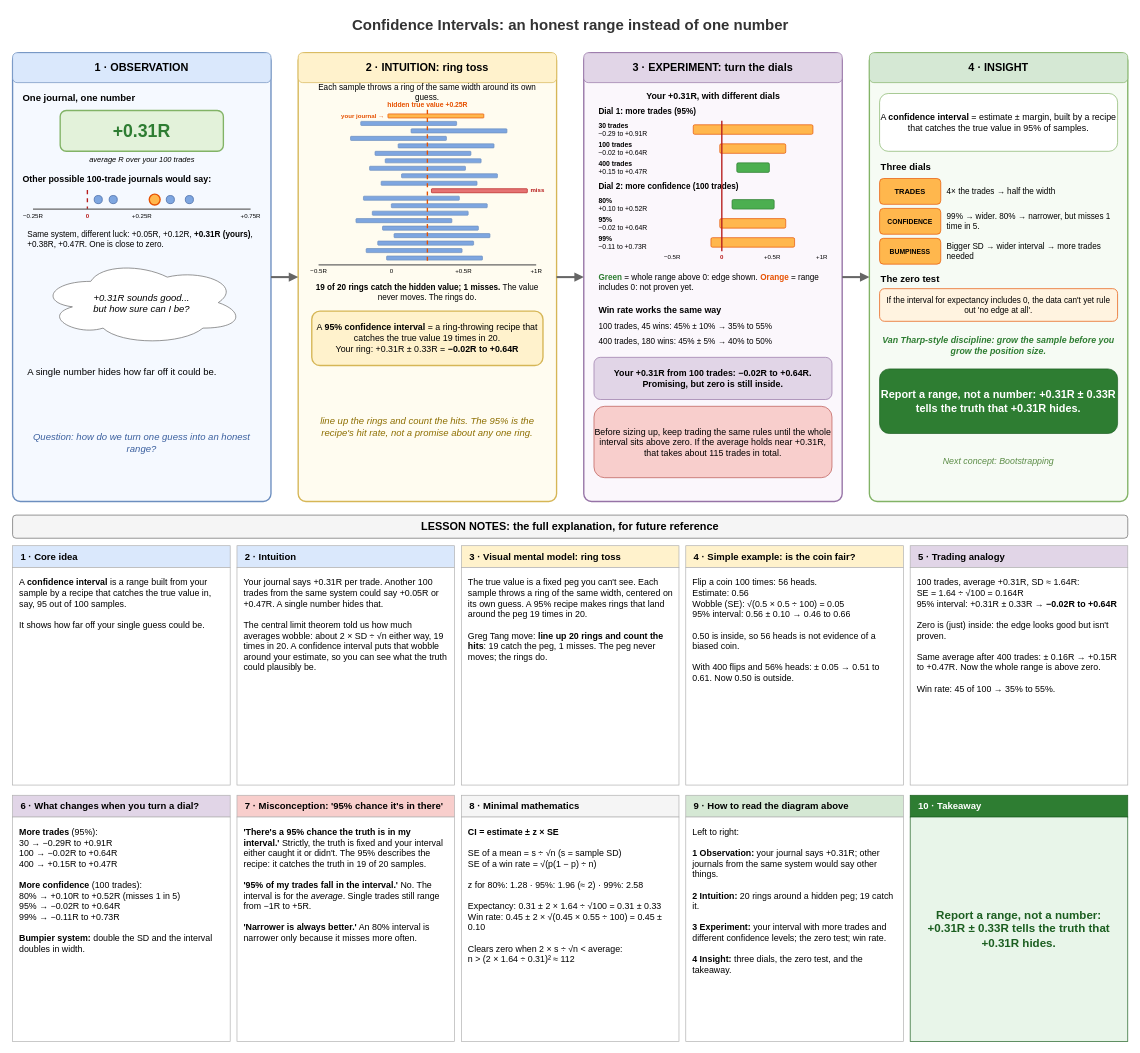
Before: page "02 Confidence Intervals" (2 of 3) of seeing-theory/04-frequentist-inference.drawio in raj-champaneriya-ibm/continuous-learning, a draw.io diagram. Source tidied: cells renumbered, new cells numbered last; positions are measured from the earlier drawing's top-left corner, leaving out a move shared by most shapes. Both pictures are drawn from the tidied source at 68%, with x=0, y=0 at pixel (12, 12).
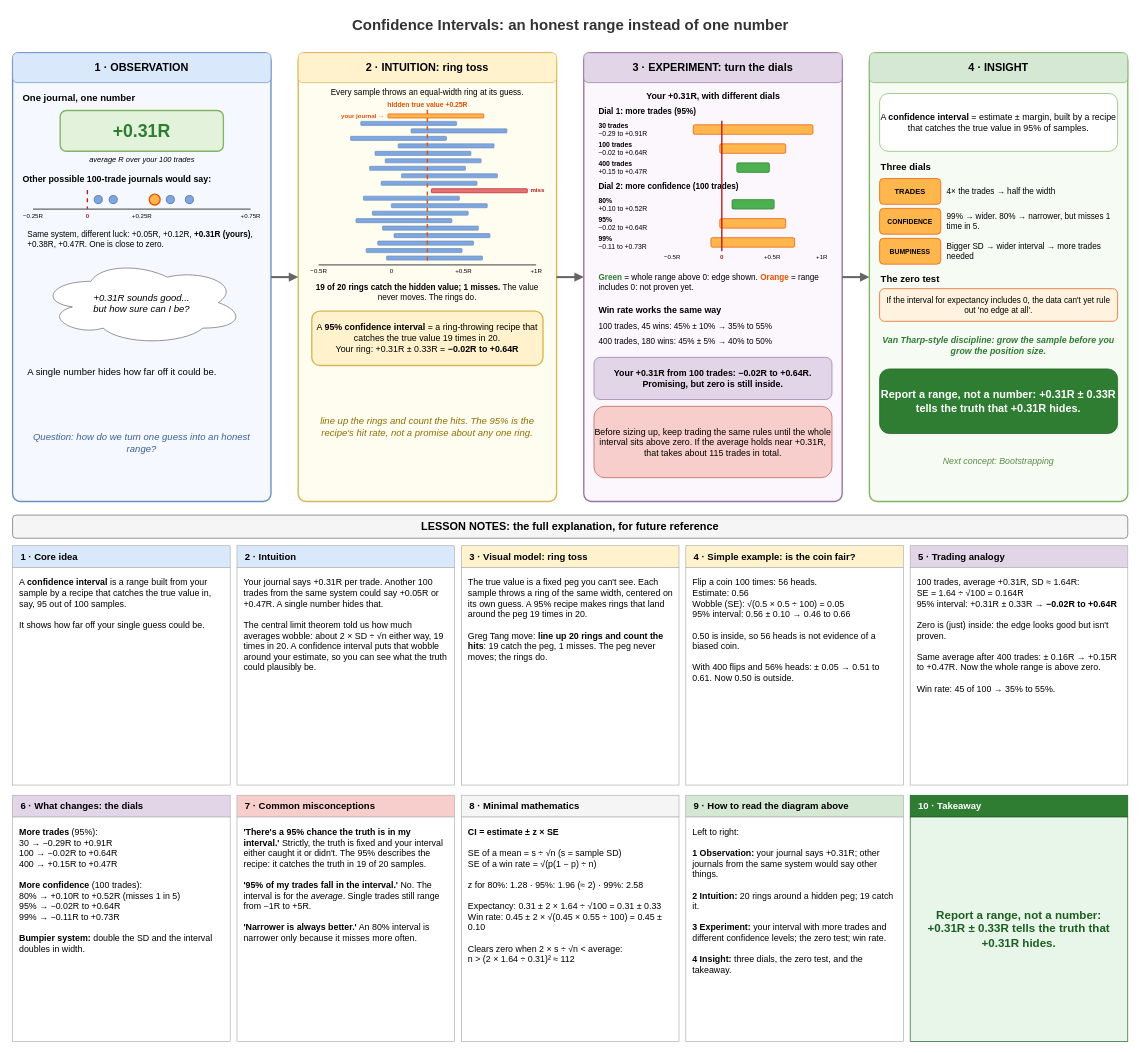
The same diagram, later.

What changed in the source:
```diff
@@
-    <mxCell id="26" value="Each sample throws a ring of the same width around its own guess." style="text;html=1;whiteSpace=wrap;align=center;verticalAlign=middle;fontSize=12;" parent="1" vertex="1">
+    <mxCell id="26" value="Every sample throws an equal-width ring at its guess." style="text;html=1;whiteSpace=wrap;align=center;verticalAlign=middle;fontSize=12;" parent="1" vertex="1">
       <mxGeometry x="440" y="108" width="340" height="20" as="geometry" />
     </mxCell>
@@
-    <mxCell id="110" value="3 · Visual mental model: ring toss" style="rounded=0;whiteSpace=wrap;html=1;fillColor=#fff2cc;strokeColor=#B0B0B0;align=left;spacingLeft=10;fontSize=14;fontStyle=1;" parent="1" vertex="1">
+    <mxCell id="110" value="3 · Visual model: ring toss" style="rounded=0;whiteSpace=wrap;html=1;fillColor=#fff2cc;strokeColor=#B0B0B0;align=left;spacingLeft=10;fontSize=14;fontStyle=1;" parent="1" vertex="1">
       <mxGeometry x="660" y="785" width="320" height="32" as="geometry" />
     </mxCell>
@@
-    <mxCell id="116" value="6 · What changes when you turn a dial?" style="rounded=0;whiteSpace=wrap;html=1;fillColor=#e1d5e7;strokeColor=#B0B0B0;align=left;spacingLeft=10;fontSize=14;fontStyle=1;" parent="1" vertex="1">
+    <mxCell id="116" value="6 · What changes: the dials" style="rounded=0;whiteSpace=wrap;html=1;fillColor=#e1d5e7;strokeColor=#B0B0B0;align=left;spacingLeft=10;fontSize=14;fontStyle=1;" parent="1" vertex="1">
       <mxGeometry y="1152" width="320" height="32" as="geometry" />
     </mxCell>
@@
-    <mxCell id="118" value="7 · Misconception: '95% chance it's in there'" style="rounded=0;whiteSpace=wrap;html=1;fillColor=#f8cecc;strokeColor=#B0B0B0;align=left;spacingLeft=10;fontSize=14;fontStyle=1;" parent="1" vertex="1">
+    <mxCell id="118" value="7 · Common misconceptions" style="rounded=0;whiteSpace=wrap;html=1;fillColor=#f8cecc;strokeColor=#B0B0B0;align=left;spacingLeft=10;fontSize=14;fontStyle=1;" parent="1" vertex="1">
       <mxGeometry x="330" y="1152" width="320" height="32" as="geometry" />
     </mxCell>
```
